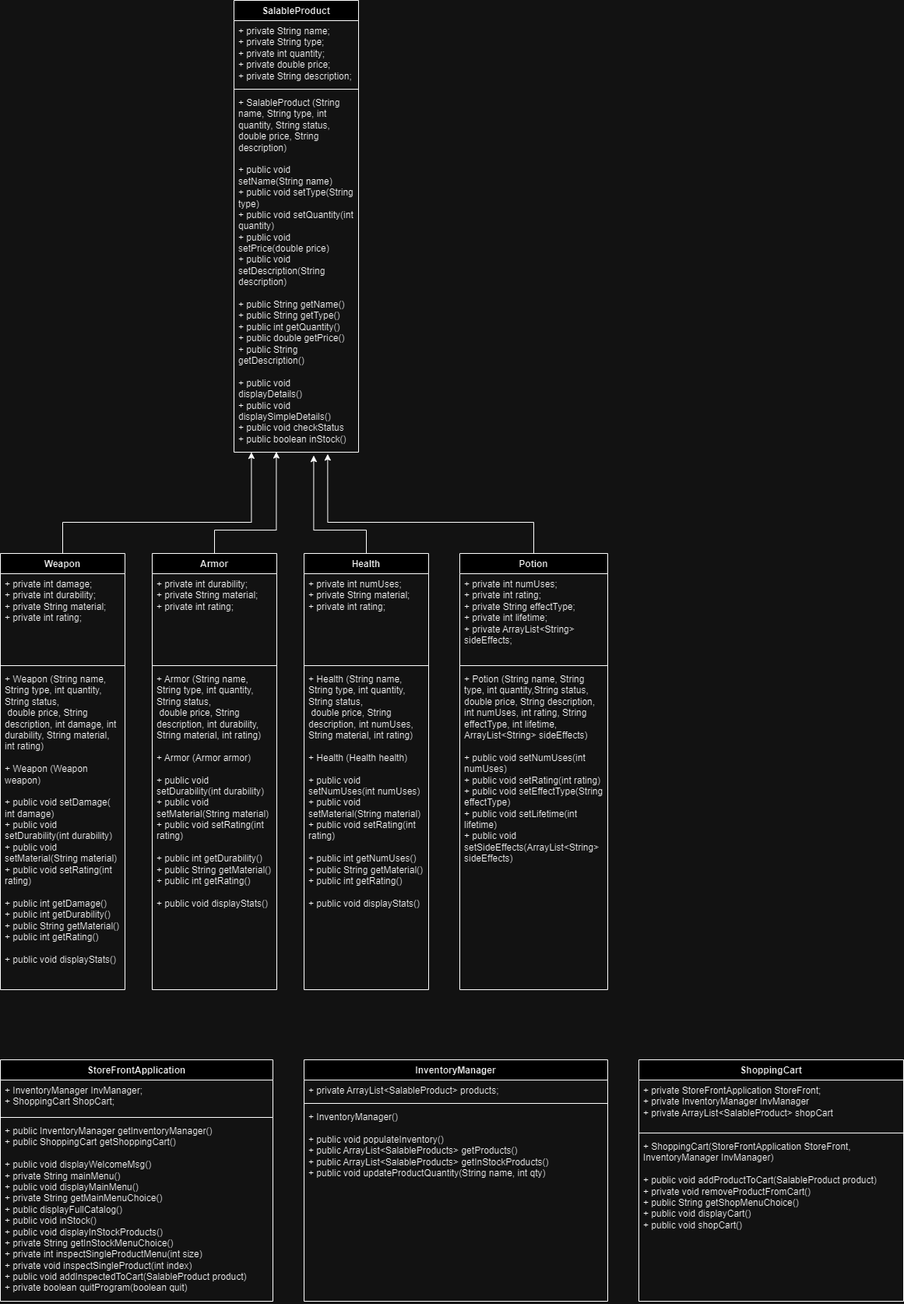
The draw.io diagram CST-239 (Java II)/workspaceCST-239/classProject/UMLs/ClassProjectUMLs.drawio.png in Kohl2233/KohlGCU, before a commit. Source tidied: cells renumbered, new cells last; positions are measured from the earlier drawing's top-left corner, leaving out a move shared by most shapes.
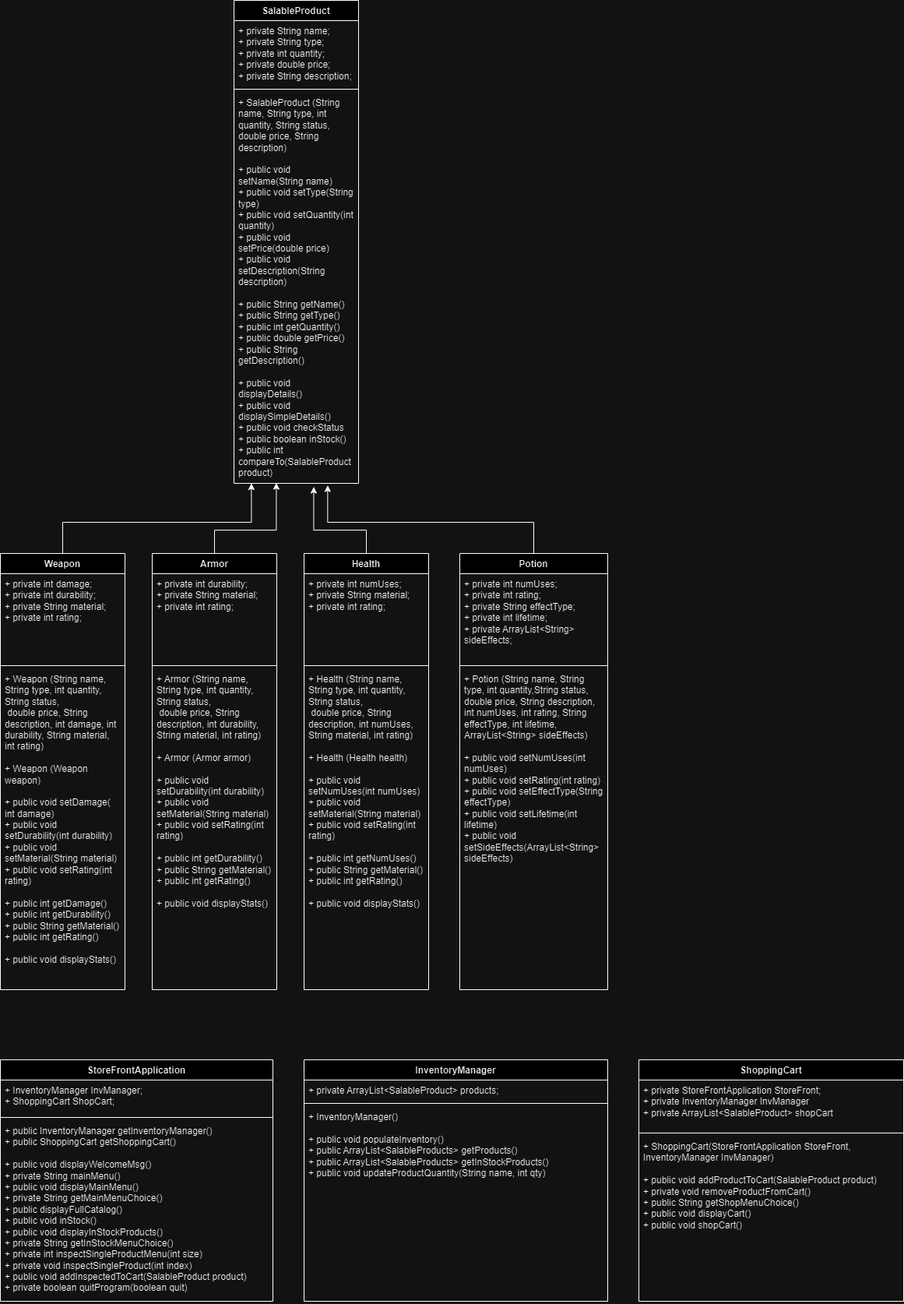
After the commit.

Diff of the diagram source:
```diff
@@ -3,7 +3,7 @@
     <mxCell id="0" />
     <mxCell id="1" parent="0" />
     <mxCell id="2" value="SalableProduct" style="swimlane;fontStyle=1;align=center;verticalAlign=top;horizontal=1;startSize=26;whiteSpace=wrap;html=1;" parent="1" vertex="1">
-      <mxGeometry x="300" width="160" height="580" as="geometry" />
+      <mxGeometry x="300" width="160" height="620" as="geometry" />
     </mxCell>
     <mxCell id="3" value="+ private String name;&lt;br style=&quot;border-color: var(--border-color);&quot;&gt;+ private String type;&lt;br style=&quot;border-color: var(--border-color);&quot;&gt;+ private int quantity;&lt;br style=&quot;border-color: var(--border-color);&quot;&gt;+ private double price;&lt;br&gt;+ private String description;" style="text;strokeColor=none;fillColor=none;align=left;verticalAlign=top;spacingLeft=4;spacingRight=4;overflow=hidden;whiteSpace=wrap;html=1;" parent="2" vertex="1">
       <mxGeometry y="26" width="160" height="84" as="geometry" />
@@ -11,8 +11,8 @@
     <mxCell id="4" style="line;strokeWidth=1;fillColor=none;align=left;verticalAlign=middle;spacingTop=-1;spacingLeft=3;spacingRight=3;labelPosition=right;strokeColor=inherit;" parent="2" vertex="1">
       <mxGeometry y="110" width="160" height="8" as="geometry" />
     </mxCell>
-    <mxCell id="5" value="+ SalableProduct (String name, String type, int quantity, String status,&amp;nbsp; double price, String description)&lt;br&gt;&lt;br&gt;+ public void setName(String name)&lt;br&gt;+ public void setType(String type)&lt;br&gt;+ public void setQuantity(int quantity)&lt;br&gt;+ public void setPrice(double price)&lt;br&gt;+ public void setDescription(String description)&lt;br&gt;&lt;br&gt;+ public String getName()&lt;br&gt;+ public String getType()&lt;br&gt;+ public int getQuantity()&lt;br&gt;+ public double getPrice()&lt;br&gt;+ public String getDescription()&lt;br&gt;&lt;br&gt;+ public void displayDetails()&lt;br&gt;+ public void displaySimpleDetails()&lt;br&gt;+ public void checkStatus&lt;br&gt;+ public boolean inStock()" style="text;strokeColor=none;fillColor=none;align=left;verticalAlign=top;spacingLeft=4;spacingRight=4;overflow=hidden;points=[[0,0.5],[1,0.5]];portConstraint=eastwest;whiteSpace=wrap;html=1;" parent="2" vertex="1">
-      <mxGeometry y="118" width="160" height="462" as="geometry" />
+    <mxCell id="5" value="+ SalableProduct (String name, String type, int quantity, String status,&amp;nbsp; double price, String description)&lt;br&gt;&lt;br&gt;+ public void setName(String name)&lt;br&gt;+ public void setType(String type)&lt;br&gt;+ public void setQuantity(int quantity)&lt;br&gt;+ public void setPrice(double price)&lt;br&gt;+ public void setDescription(String description)&lt;br&gt;&lt;br&gt;+ public String getName()&lt;br&gt;+ public String getType()&lt;br&gt;+ public int getQuantity()&lt;br&gt;+ public double getPrice()&lt;br&gt;+ public String getDescription()&lt;br&gt;&lt;br&gt;+ public void displayDetails()&lt;br&gt;+ public void displaySimpleDetails()&lt;br&gt;+ public void checkStatus&lt;br&gt;+ public boolean inStock()&lt;br&gt;+ public int compareTo(SalableProduct product)" style="text;strokeColor=none;fillColor=none;align=left;verticalAlign=top;spacingLeft=4;spacingRight=4;overflow=hidden;points=[[0,0.5],[1,0.5]];portConstraint=eastwest;whiteSpace=wrap;html=1;" parent="2" vertex="1">
+      <mxGeometry y="118" width="160" height="502" as="geometry" />
     </mxCell>
     <mxCell id="6" style="edgeStyle=orthogonalEdgeStyle;rounded=0;jettySize=auto;html=1;entryX=0.34;entryY=0.999;entryDx=0;entryDy=0;entryPerimeter=0;" parent="1" edge="1" source="7" target="5">
       <mxGeometry relative="1" as="geometry">
```
